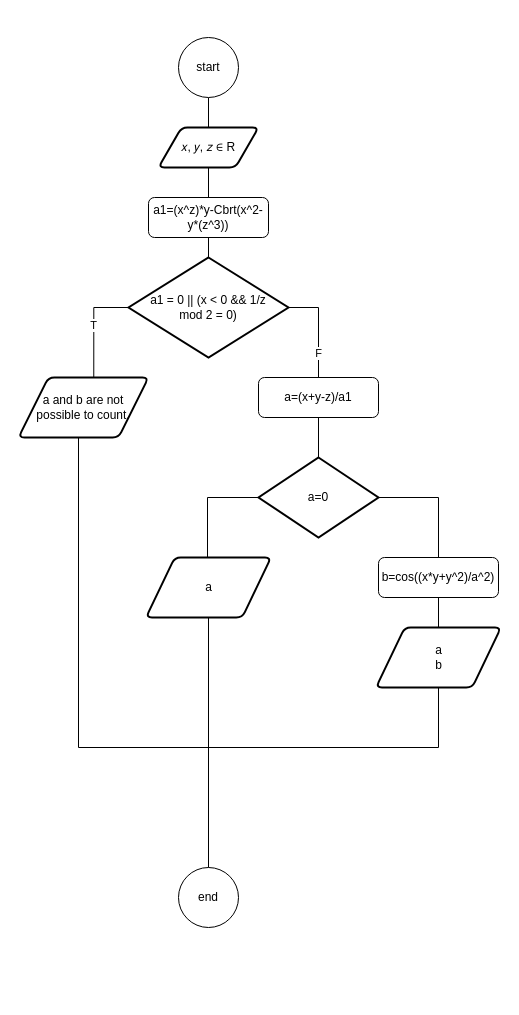
Alehanderio/ads-dryha-kp11 keeps this draw.io diagram as page "Page-1" (1 of 2) of Lab_01/lab1.drawio. Above is the earlier version. Source tidied: cells renumbered, new cells numbered last; positions are measured from the earlier drawing's top-left corner, leaving out a move shared by most shapes. Both pictures are drawn from the tidied source at 100%, with x=0, y=0 at pixel (18, 37).
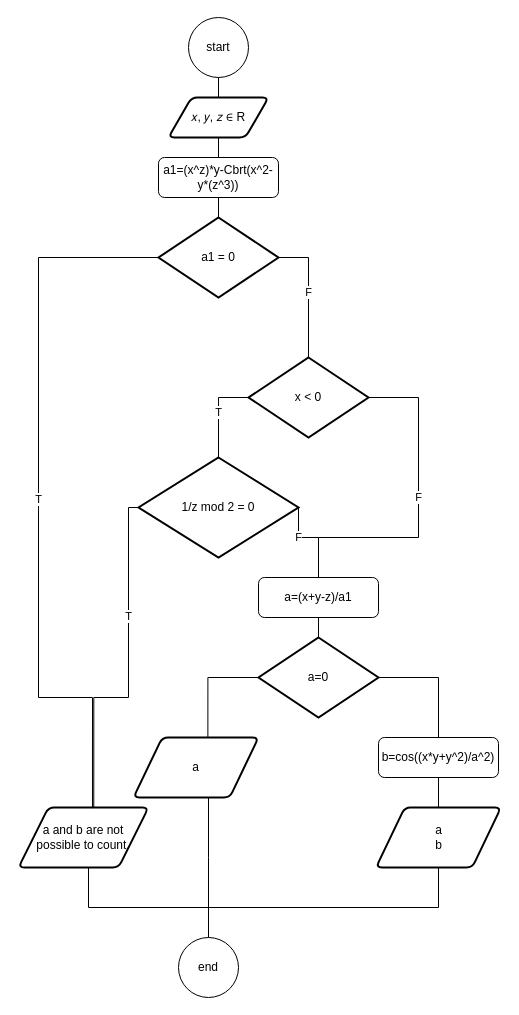
Above is the later version.

What changed in the source:
```diff
@@
     <mxCell id="3" value="start" style="ellipse;whiteSpace=wrap;html=1;" parent="1" vertex="1">
-      <mxGeometry x="160" width="60" height="60" as="geometry" />
+      <mxGeometry x="170" y="-20" width="60" height="60" as="geometry" />
     </mxCell>
     <mxCell id="4" value="𝑥, 𝑦, 𝑧 ∈ R" style="shape=parallelogram;html=1;strokeWidth=2;perimeter=parallelogramPerimeter;whiteSpace=wrap;rounded=1;arcSize=12;size=0.23;" parent="1" vertex="1">
-      <mxGeometry x="140" y="90" width="100" height="40" as="geometry" />
+      <mxGeometry x="150" y="60" width="100" height="40" as="geometry" />
     </mxCell>
-    <mxCell id="5" style="edgeStyle=orthogonalEdgeStyle;rounded=0;jettySize=auto;html=1;endArrow=none;endFill=0;" parent="1" edge="1" source="8" target="10">
-      <mxGeometry relative="1" as="geometry" />
-    </mxCell>
-    <mxCell id="6" value="F" style="edgeStyle=orthogonalEdgeStyle;rounded=0;jettySize=auto;html=1;entryX=0.589;entryY=0.033;entryDx=0;entryDy=0;entryPerimeter=0;endArrow=none;endFill=0;" parent="1" edge="1" source="8" target="16">
-      <mxGeometry relative="1" as="geometry">
+    <mxCell id="6" value="F" style="edgeStyle=orthogonalEdgeStyle;rounded=0;jettySize=auto;html=1;entryX=0.589;entryY=0.033;entryDx=0;entryDy=0;entryPerimeter=0;endArrow=none;endFill=0;exitX=1;exitY=0.5;exitDx=0;exitDy=0;exitPerimeter=0;" parent="1" edge="1" source="8" target="16">
+      <mxGeometry x="-0.41" relative="1" as="geometry">
         <Array as="points">
-          <mxPoint x="300" y="270" />
-          <mxPoint x="300" y="361" />
-          <mxPoint x="311" y="361" />
+          <mxPoint x="280" y="500" />
+          <mxPoint x="300" y="500" />
+          <mxPoint x="300" y="541" />
         </Array>
       </mxGeometry>
     </mxCell>
-    <mxCell id="7" value="T" style="edgeStyle=orthogonalEdgeStyle;rounded=0;jettySize=auto;html=1;entryX=0.579;entryY=0.022;entryDx=0;entryDy=0;entryPerimeter=0;endArrow=none;endFill=0;" parent="1" edge="1" source="8" target="12">
-      <mxGeometry relative="1" as="geometry">
+    <mxCell id="7" value="T" style="edgeStyle=orthogonalEdgeStyle;rounded=0;jettySize=auto;html=1;entryX=0.579;entryY=0.022;entryDx=0;entryDy=0;entryPerimeter=0;endArrow=none;endFill=0;startArrow=none;exitX=0;exitY=0.5;exitDx=0;exitDy=0;exitPerimeter=0;" parent="1" edge="1" source="8" target="12">
+      <mxGeometry x="-0.31" relative="1" as="geometry">
         <Array as="points">
-          <mxPoint x="75" y="270" />
+          <mxPoint x="110" y="470" />
+          <mxPoint x="110" y="660" />
+          <mxPoint x="75" y="660" />
         </Array>
       </mxGeometry>
     </mxCell>
-    <mxCell id="8" value="a1 = 0 || (x &amp;lt; 0 &amp;amp;&amp;amp; 1/z &lt;br&gt;mod 2 = 0)" style="strokeWidth=2;html=1;shape=mxgraph.flowchart.decision;whiteSpace=wrap;" parent="1" vertex="1">
-      <mxGeometry x="110" y="220" width="160" height="100" as="geometry" />
+    <mxCell id="8" value="1/z mod 2 = 0" style="strokeWidth=2;html=1;shape=mxgraph.flowchart.decision;whiteSpace=wrap;" parent="1" vertex="1">
+      <mxGeometry x="120" y="420" width="160" height="100" as="geometry" />
     </mxCell>
@@
+    <mxCell id="25" style="edgeStyle=orthogonalEdgeStyle;rounded=0;jettySize=auto;html=1;endArrow=none;endFill=0;" parent="1" edge="1" source="10" target="28">
+      <mxGeometry relative="1" as="geometry" />
+    </mxCell>
     <mxCell id="10" value="a1=(x^z)*y-Cbrt(x^2-y*(z^3))" style="rounded=1;whiteSpace=wrap;html=1;" parent="1" vertex="1">
-      <mxGeometry x="130" y="160" width="120" height="40" as="geometry" />
+      <mxGeometry x="140" y="120" width="120" height="40" as="geometry" />
     </mxCell>
     <mxCell id="11" style="edgeStyle=orthogonalEdgeStyle;rounded=0;jettySize=auto;html=1;endArrow=none;endFill=0;" parent="1" edge="1" source="12" target="24">
       <mxGeometry relative="1" as="geometry">
         <Array as="points">
-          <mxPoint x="60" y="710" />
-          <mxPoint x="190" y="710" />
+          <mxPoint x="70" y="870" />
+          <mxPoint x="190" y="870" />
         </Array>
       </mxGeometry>
     </mxCell>
     <mxCell id="12" value="a and b are not possible to count." style="shape=parallelogram;html=1;strokeWidth=2;perimeter=parallelogramPerimeter;whiteSpace=wrap;rounded=1;arcSize=12;size=0.23;" parent="1" vertex="1">
-      <mxGeometry y="340" width="130" height="60" as="geometry" />
+      <mxGeometry y="770" width="130" height="60" as="geometry" />
     </mxCell>
     <mxCell id="13" style="edgeStyle=orthogonalEdgeStyle;rounded=0;jettySize=auto;html=1;entryX=0.5;entryY=0;entryDx=0;entryDy=0;endArrow=none;endFill=0;" parent="1" edge="1" source="14" target="24">
       <mxGeometry relative="1" as="geometry">
         <Array as="points">
-          <mxPoint x="420" y="710" />
-          <mxPoint x="190" y="710" />
+          <mxPoint x="420" y="870" />
+          <mxPoint x="190" y="870" />
         </Array>
       </mxGeometry>
     </mxCell>
     <mxCell id="14" value="a&lt;br&gt;b" style="shape=parallelogram;html=1;strokeWidth=2;perimeter=parallelogramPerimeter;whiteSpace=wrap;rounded=1;arcSize=12;size=0.23;" parent="1" vertex="1">
-      <mxGeometry x="357.5" y="590" width="125" height="60" as="geometry" />
+      <mxGeometry x="357.5" y="770" width="125" height="60" as="geometry" />
     </mxCell>
@@
     <mxCell id="16" value="a=(x+y-z)/a1" style="rounded=1;whiteSpace=wrap;html=1;" parent="1" vertex="1">
-      <mxGeometry x="240" y="340" width="120" height="40" as="geometry" />
+      <mxGeometry x="240" y="540" width="120" height="40" as="geometry" />
     </mxCell>
@@
     <mxCell id="18" value="a" style="shape=parallelogram;html=1;strokeWidth=2;perimeter=parallelogramPerimeter;whiteSpace=wrap;rounded=1;arcSize=12;size=0.23;" parent="1" vertex="1">
-      <mxGeometry x="127.5" y="520" width="125" height="60" as="geometry" />
+      <mxGeometry x="115" y="700" width="125" height="60" as="geometry" />
     </mxCell>
     <mxCell id="19" style="edgeStyle=orthogonalEdgeStyle;rounded=0;jettySize=auto;html=1;entryX=0.595;entryY=0;entryDx=0;entryDy=0;entryPerimeter=0;endArrow=none;endFill=0;" parent="1" edge="1" source="21" target="18">
       <mxGeometry relative="1" as="geometry">
         <Array as="points">
-          <mxPoint x="189" y="460" />
+          <mxPoint x="189" y="640" />
         </Array>
       </mxGeometry>
     </mxCell>
     <mxCell id="20" style="edgeStyle=orthogonalEdgeStyle;rounded=0;jettySize=auto;html=1;entryX=0.5;entryY=0;entryDx=0;entryDy=0;endArrow=none;endFill=0;" parent="1" edge="1" source="21" target="23">
       <mxGeometry relative="1" as="geometry">
         <Array as="points">
-          <mxPoint x="420" y="460" />
+          <mxPoint x="420" y="640" />
         </Array>
       </mxGeometry>
     </mxCell>
     <mxCell id="21" value="a=0" style="strokeWidth=2;html=1;shape=mxgraph.flowchart.decision;whiteSpace=wrap;" parent="1" vertex="1">
-      <mxGeometry x="240" y="420" width="120" height="80" as="geometry" />
+      <mxGeometry x="240" y="600" width="120" height="80" as="geometry" />
     </mxCell>
@@
     <mxCell id="23" value="b=cos((x*y+y^2)/a^2)" style="rounded=1;whiteSpace=wrap;html=1;" parent="1" vertex="1">
-      <mxGeometry x="360" y="520" width="120" height="40" as="geometry" />
+      <mxGeometry x="360" y="700" width="120" height="40" as="geometry" />
     </mxCell>
     <mxCell id="24" value="end" style="ellipse;whiteSpace=wrap;html=1;" parent="1" vertex="1">
-      <mxGeometry x="160" y="830" width="60" height="60" as="geometry" />
+      <mxGeometry x="160" y="900" width="60" height="60" as="geometry" />
     </mxCell>
+    <mxCell id="26" value="F" style="edgeStyle=orthogonalEdgeStyle;rounded=0;jettySize=auto;html=1;entryX=0.5;entryY=0;entryDx=0;entryDy=0;entryPerimeter=0;endArrow=none;endFill=0;" parent="1" edge="1" source="28" target="31">
+      <mxGeometry relative="1" as="geometry">
+        <Array as="points">
+          <mxPoint x="290" y="220" />
+        </Array>
+      </mxGeometry>
+    </mxCell>
+    <mxCell id="27" value="T" style="edgeStyle=orthogonalEdgeStyle;rounded=0;jettySize=auto;html=1;endArrow=none;endFill=0;entryX=0.569;entryY=0.011;entryDx=0;entryDy=0;entryPerimeter=0;" parent="1" edge="1" source="28" target="12">
+      <mxGeometry relative="1" as="geometry">
+        <Array as="points">
+          <mxPoint x="20" y="220" />
+          <mxPoint x="20" y="660" />
+          <mxPoint x="74" y="660" />
+        </Array>
+      </mxGeometry>
+    </mxCell>
+    <mxCell id="28" value="a1 = 0" style="strokeWidth=2;html=1;shape=mxgraph.flowchart.decision;whiteSpace=wrap;" parent="1" vertex="1">
+      <mxGeometry x="140" y="180" width="120" height="80" as="geometry" />
+    </mxCell>
+    <mxCell id="29" value="T" style="edgeStyle=orthogonalEdgeStyle;rounded=0;jettySize=auto;html=1;endArrow=none;endFill=0;entryX=0.5;entryY=0;entryDx=0;entryDy=0;entryPerimeter=0;" parent="1" edge="1" source="31" target="8">
+      <mxGeometry relative="1" as="geometry">
+        <Array as="points">
+          <mxPoint x="200" y="360" />
+        </Array>
+      </mxGeometry>
+    </mxCell>
+    <mxCell id="30" value="F" style="edgeStyle=orthogonalEdgeStyle;rounded=0;jettySize=auto;html=1;endArrow=none;endFill=0;" parent="1" edge="1" source="31">
+      <mxGeometry relative="1" as="geometry">
+        <mxPoint x="300" y="510" as="targetPoint" />
+        <Array as="points">
+          <mxPoint x="400" y="360" />
+          <mxPoint x="400" y="500" />
+          <mxPoint x="300" y="500" />
+        </Array>
+      </mxGeometry>
+    </mxCell>
+    <mxCell id="31" value="x &amp;lt; 0" style="strokeWidth=2;html=1;shape=mxgraph.flowchart.decision;whiteSpace=wrap;" parent="1" vertex="1">
+      <mxGeometry x="230" y="320" width="120" height="80" as="geometry" />
+    </mxCell>
```
